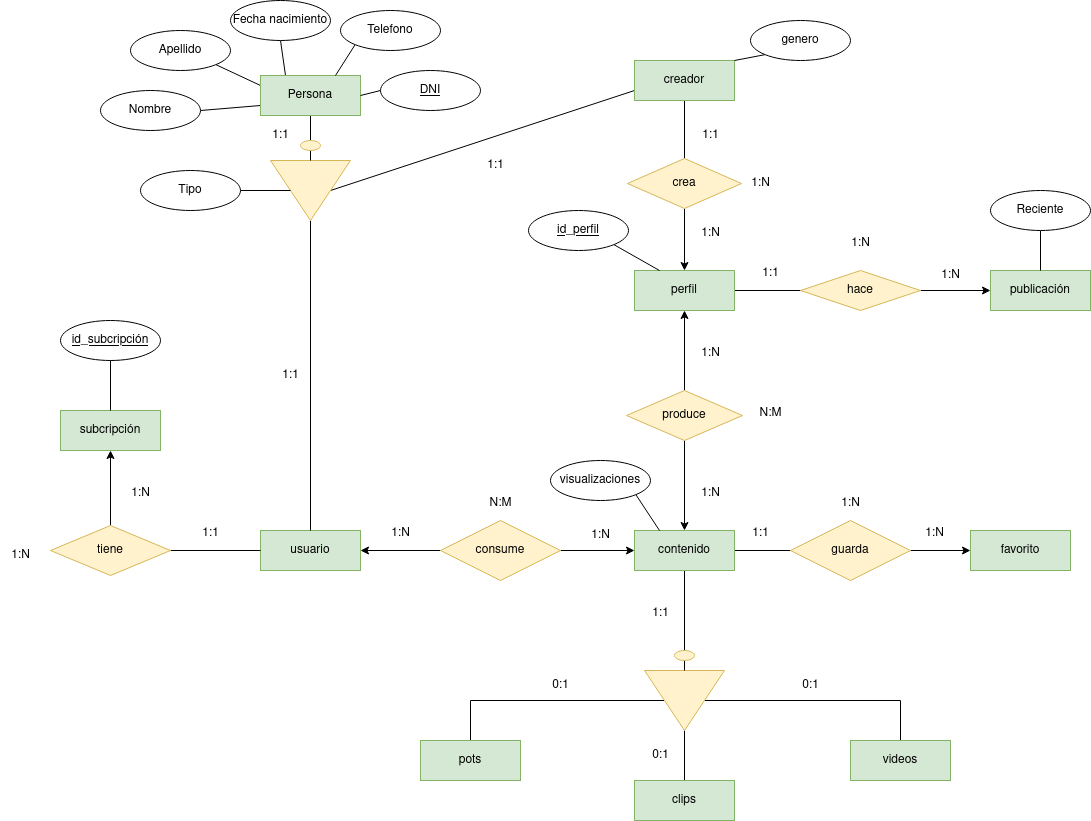
This is ER/ER.drawio.png from Rau080/Proyecto_BAE, a draw.io export, as it was before one commit. Source tidied: cells renumbered, new cells last; positions are measured from the earlier drawing's top-left corner, leaving out a move shared by most shapes.
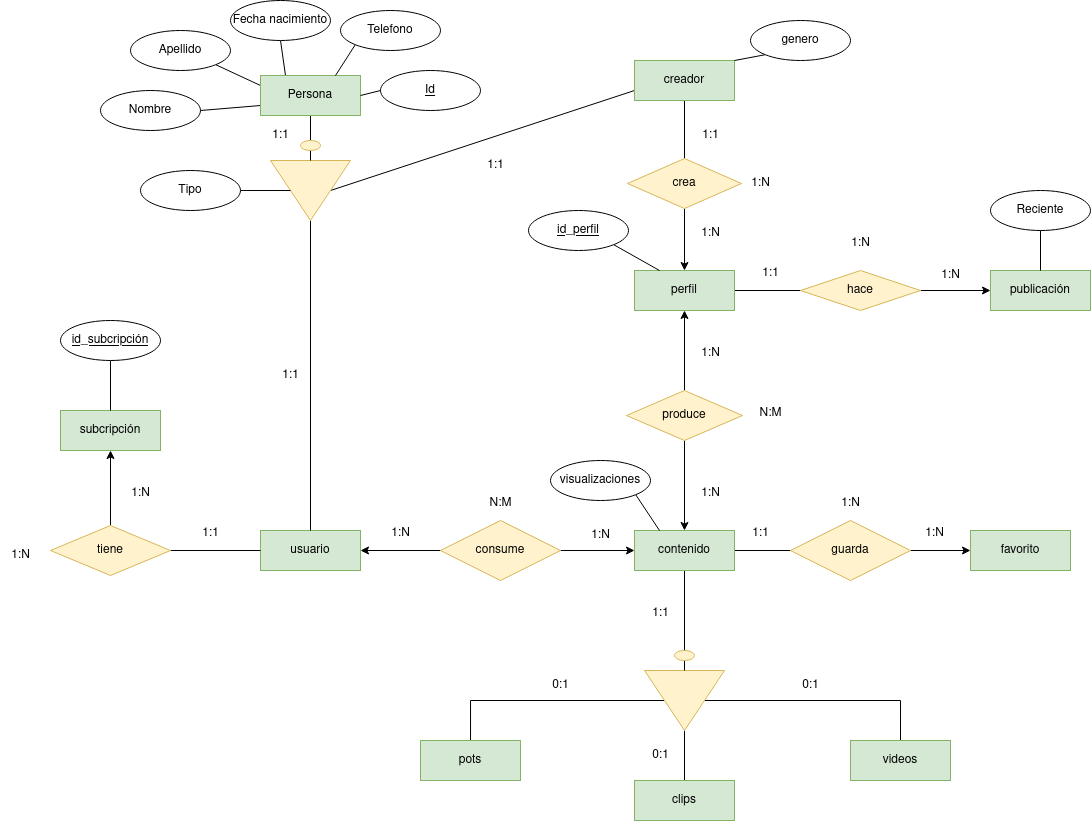
After the change.

Change to the diagram source:
```diff
@@ -167,7 +167,7 @@
     <mxCell id="56" style="rounded=0;jettySize=auto;html=1;exitX=0;exitY=0.5;exitDx=0;exitDy=0;entryX=1;entryY=0.5;entryDx=0;entryDy=0;endArrow=none;endFill=0;" parent="1" edge="1" source="57" target="45">
       <mxGeometry relative="1" as="geometry" />
     </mxCell>
-    <mxCell id="57" value="DNI" style="ellipse;whiteSpace=wrap;html=1;align=center;fontStyle=4;" parent="1" vertex="1">
+    <mxCell id="57" value="Id" style="ellipse;whiteSpace=wrap;html=1;align=center;fontStyle=4;" parent="1" vertex="1">
       <mxGeometry x="380" y="70" width="100" height="40" as="geometry" />
     </mxCell>
     <mxCell id="58" style="rounded=0;jettySize=auto;html=1;exitX=1;exitY=1;exitDx=0;exitDy=0;endArrow=none;endFill=0;entryX=0.25;entryY=0;entryDx=0;entryDy=0;" parent="1" edge="1" source="59" target="14">
```
